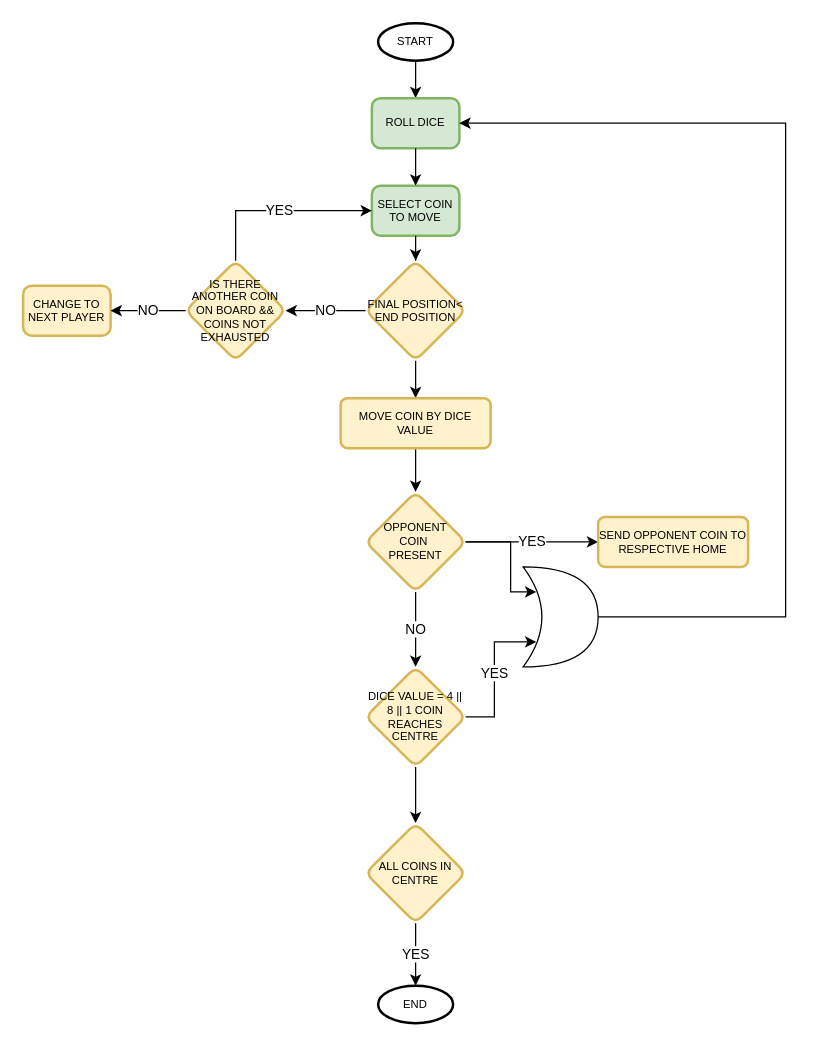
Above: Chowka Bara Simplified Gameplay.drawio in arvindpandit27/learnCPP (draw.io), before the change. Source tidied: cells renumbered, new cells numbered last; positions are measured from the earlier drawing's top-left corner, leaving out a move shared by most shapes. Both pictures are drawn from the tidied source at 125%, with x=0, y=0 at pixel (22, 22).
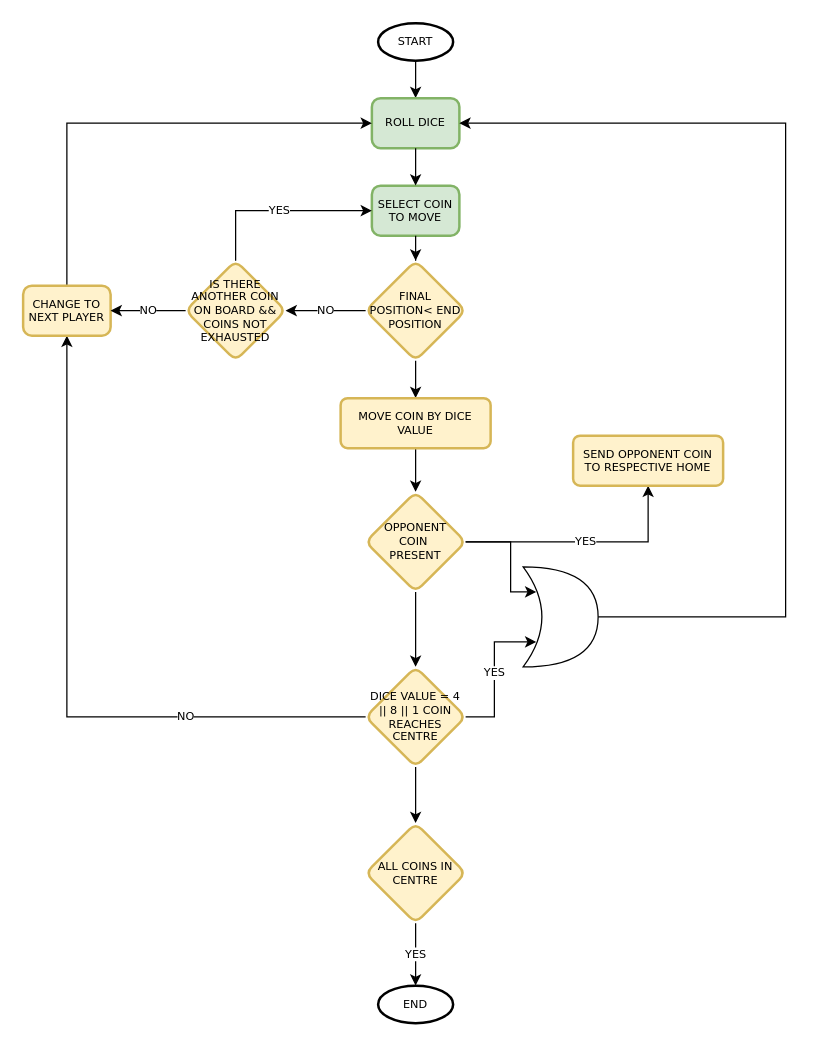
Above is the later version.

Diff of the diagram source:
```diff
@@
-    <mxCell id="2" style="edgeStyle=orthogonalEdgeStyle;rounded=0;jettySize=auto;html=1;fontSize=9;" parent="1" edge="1" source="3" target="6">
+    <mxCell id="2" style="edgeStyle=orthogonalEdgeStyle;rounded=0;jettySize=auto;html=1;fontSize=9;fontFamily=Verdana;" parent="1" edge="1" source="3" target="6">
       <mxGeometry relative="1" as="geometry" />
     </mxCell>
-    <mxCell id="3" value="START" style="strokeWidth=2;html=1;shape=mxgraph.flowchart.start_1;whiteSpace=wrap;fontSize=9;" parent="1" vertex="1">
+    <mxCell id="3" value="START" style="strokeWidth=2;html=1;shape=mxgraph.flowchart.start_1;whiteSpace=wrap;fontSize=9;fontFamily=Verdana;" parent="1" vertex="1">
       <mxGeometry x="284" width="60" height="30" as="geometry" />
     </mxCell>
-    <mxCell id="4" value="END" style="strokeWidth=2;html=1;shape=mxgraph.flowchart.start_1;whiteSpace=wrap;fontSize=9;" parent="1" vertex="1">
+    <mxCell id="4" value="END" style="strokeWidth=2;html=1;shape=mxgraph.flowchart.start_1;whiteSpace=wrap;fontSize=9;fontFamily=Verdana;" parent="1" vertex="1">
       <mxGeometry x="284" y="770" width="60" height="30" as="geometry" />
     </mxCell>
-    <mxCell id="5" style="edgeStyle=orthogonalEdgeStyle;rounded=0;jettySize=auto;html=1;entryX=0.5;entryY=0;entryDx=0;entryDy=0;" parent="1" edge="1" source="16" target="12">
+    <mxCell id="5" style="edgeStyle=orthogonalEdgeStyle;rounded=0;jettySize=auto;html=1;entryX=0.5;entryY=0;entryDx=0;entryDy=0;fontSize=9;fontFamily=Verdana;" parent="1" edge="1" source="16" target="12">
       <mxGeometry relative="1" as="geometry" />
     </mxCell>
-    <mxCell id="6" value="ROLL DICE" style="rounded=1;whiteSpace=wrap;html=1;absoluteArcSize=1;arcSize=14;strokeWidth=2;fillColor=#d5e8d4;strokeColor=#82b366;fontSize=9;" parent="1" vertex="1">
+    <mxCell id="6" value="ROLL DICE" style="rounded=1;whiteSpace=wrap;html=1;absoluteArcSize=1;arcSize=14;strokeWidth=2;fillColor=#d5e8d4;strokeColor=#82b366;fontSize=9;fontFamily=Verdana;" parent="1" vertex="1">
       <mxGeometry x="279" y="60" width="70" height="40" as="geometry" />
     </mxCell>
-    <mxCell id="7" value="YES" style="edgeStyle=orthogonalEdgeStyle;rounded=0;jettySize=auto;html=1;entryX=0.175;entryY=0.75;entryDx=0;entryDy=0;entryPerimeter=0;" parent="1" edge="1" source="9" target="29">
+    <mxCell id="7" value="YES" style="edgeStyle=orthogonalEdgeStyle;rounded=0;jettySize=auto;html=1;entryX=0.175;entryY=0.75;entryDx=0;entryDy=0;entryPerimeter=0;fontSize=9;fontFamily=Verdana;" parent="1" edge="1" source="9" target="29">
       <mxGeometry relative="1" as="geometry" />
     </mxCell>
-    <mxCell id="8" style="edgeStyle=orthogonalEdgeStyle;rounded=0;jettySize=auto;html=1;" parent="1" edge="1" source="9" target="23">
+    <mxCell id="8" style="edgeStyle=orthogonalEdgeStyle;rounded=0;jettySize=auto;html=1;fontSize=9;fontFamily=Verdana;" parent="1" edge="1" source="9" target="23">
       <mxGeometry relative="1" as="geometry" />
     </mxCell>
+    <mxCell id="19" value="NO" style="edgeStyle=orthogonalEdgeStyle;rounded=0;jettySize=auto;html=1;entryX=0.5;entryY=1;entryDx=0;entryDy=0;fontFamily=Verdana;fontSize=9;" parent="1" edge="1" source="9" target="10">
+      <mxGeometry x="-0.47" relative="1" as="geometry" />
+    </mxCell>
-    <mxCell id="9" value="DICE VALUE = 4 || 8 || 1 COIN REACHES CENTRE" style="rhombus;whiteSpace=wrap;html=1;rounded=1;strokeWidth=2;arcSize=14;fillColor=#fff2cc;strokeColor=#d6b656;fontSize=9;" parent="1" vertex="1">
+    <mxCell id="9" value="DICE VALUE = 4 || 8 || 1 COIN REACHES CENTRE" style="rhombus;whiteSpace=wrap;html=1;rounded=1;strokeWidth=2;arcSize=14;fillColor=#fff2cc;strokeColor=#d6b656;fontSize=9;fontFamily=Verdana;" parent="1" vertex="1">
       <mxGeometry x="274" y="515" width="80" height="80" as="geometry" />
     </mxCell>
+    <mxCell id="30" style="edgeStyle=orthogonalEdgeStyle;rounded=0;jettySize=auto;html=1;entryX=0;entryY=0.5;entryDx=0;entryDy=0;fontFamily=Verdana;fontSize=9;" parent="1" edge="1" source="10" target="6">
+      <mxGeometry relative="1" as="geometry">
+        <Array as="points">
+          <mxPoint x="35" y="80" />
+        </Array>
+      </mxGeometry>
+    </mxCell>
-    <mxCell id="10" value="CHANGE TO NEXT PLAYER" style="rounded=1;whiteSpace=wrap;html=1;absoluteArcSize=1;arcSize=14;strokeWidth=2;fillColor=#fff2cc;strokeColor=#d6b656;fontSize=9;" parent="1" vertex="1">
+    <mxCell id="10" value="CHANGE TO NEXT PLAYER" style="rounded=1;whiteSpace=wrap;html=1;absoluteArcSize=1;arcSize=14;strokeWidth=2;fillColor=#fff2cc;strokeColor=#d6b656;fontSize=9;fontFamily=Verdana;" parent="1" vertex="1">
       <mxGeometry y="210" width="70" height="40" as="geometry" />
     </mxCell>
-    <mxCell id="11" style="edgeStyle=orthogonalEdgeStyle;rounded=0;jettySize=auto;html=1;" parent="1" edge="1" source="12" target="21">
+    <mxCell id="11" style="edgeStyle=orthogonalEdgeStyle;rounded=0;jettySize=auto;html=1;fontSize=9;fontFamily=Verdana;" parent="1" edge="1" source="12" target="21">
       <mxGeometry relative="1" as="geometry" />
     </mxCell>
-    <mxCell id="12" value="MOVE COIN BY DICE VALUE" style="whiteSpace=wrap;html=1;rounded=1;fontSize=9;strokeColor=#d6b656;strokeWidth=2;fillColor=#fff2cc;arcSize=14;" parent="1" vertex="1">
+    <mxCell id="12" value="MOVE COIN BY DICE VALUE" style="whiteSpace=wrap;html=1;rounded=1;fontSize=9;strokeColor=#d6b656;strokeWidth=2;fillColor=#fff2cc;arcSize=14;fontFamily=Verdana;" parent="1" vertex="1">
       <mxGeometry x="254" y="300" width="120" height="40" as="geometry" />
     </mxCell>
-    <mxCell id="13" value="SELECT COIN TO MOVE" style="rounded=1;whiteSpace=wrap;html=1;absoluteArcSize=1;arcSize=14;strokeWidth=2;fillColor=#d5e8d4;strokeColor=#82b366;fontSize=9;" parent="1" vertex="1">
+    <mxCell id="13" value="SELECT COIN TO MOVE" style="rounded=1;whiteSpace=wrap;html=1;absoluteArcSize=1;arcSize=14;strokeWidth=2;fillColor=#d5e8d4;strokeColor=#82b366;fontSize=9;fontFamily=Verdana;" parent="1" vertex="1">
       <mxGeometry x="279" y="130" width="70" height="40" as="geometry" />
     </mxCell>
-    <mxCell id="14" style="edgeStyle=orthogonalEdgeStyle;rounded=0;jettySize=auto;html=1;entryX=0.5;entryY=0;entryDx=0;entryDy=0;" parent="1" edge="1" source="6" target="13">
+    <mxCell id="14" style="edgeStyle=orthogonalEdgeStyle;rounded=0;jettySize=auto;html=1;entryX=0.5;entryY=0;entryDx=0;entryDy=0;fontSize=9;fontFamily=Verdana;" parent="1" edge="1" source="6" target="13">
       <mxGeometry relative="1" as="geometry" />
     </mxCell>
-    <mxCell id="15" value="NO" style="edgeStyle=orthogonalEdgeStyle;rounded=0;jettySize=auto;html=1;entryX=1;entryY=0.5;entryDx=0;entryDy=0;" parent="1" edge="1" source="16" target="26">
+    <mxCell id="15" value="NO" style="edgeStyle=orthogonalEdgeStyle;rounded=0;jettySize=auto;html=1;entryX=1;entryY=0.5;entryDx=0;entryDy=0;fontSize=9;fontFamily=Verdana;" parent="1" edge="1" source="16" target="26">
       <mxGeometry relative="1" as="geometry" />
     </mxCell>
-    <mxCell id="16" value="FINAL POSITION&amp;lt; END POSITION" style="rhombus;whiteSpace=wrap;html=1;rounded=1;strokeColor=#d6b656;strokeWidth=2;fillColor=#fff2cc;arcSize=14;fontSize=9;" parent="1" vertex="1">
+    <mxCell id="16" value="FINAL POSITION&amp;lt; END POSITION" style="rhombus;whiteSpace=wrap;html=1;rounded=1;strokeColor=#d6b656;strokeWidth=2;fillColor=#fff2cc;arcSize=14;fontSize=9;fontFamily=Verdana;" parent="1" vertex="1">
       <mxGeometry x="274" y="190" width="80" height="80" as="geometry" />
     </mxCell>
-    <mxCell id="17" style="edgeStyle=orthogonalEdgeStyle;rounded=0;jettySize=auto;html=1;entryX=0.5;entryY=0;entryDx=0;entryDy=0;" parent="1" edge="1" source="13" target="16">
+    <mxCell id="17" style="edgeStyle=orthogonalEdgeStyle;rounded=0;jettySize=auto;html=1;entryX=0.5;entryY=0;entryDx=0;entryDy=0;fontSize=9;fontFamily=Verdana;" parent="1" edge="1" source="13" target="16">
       <mxGeometry relative="1" as="geometry" />
     </mxCell>
-    <mxCell id="18" value="YES" style="edgeStyle=orthogonalEdgeStyle;rounded=0;jettySize=auto;html=1;" parent="1" edge="1" source="21" target="27">
+    <mxCell id="18" value="YES" style="edgeStyle=orthogonalEdgeStyle;rounded=0;jettySize=auto;html=1;fontSize=9;fontFamily=Verdana;" parent="1" edge="1" source="21" target="27">
       <mxGeometry relative="1" as="geometry" />
     </mxCell>
-    <mxCell id="19" value="NO" style="edgeStyle=orthogonalEdgeStyle;rounded=0;jettySize=auto;html=1;" parent="1" edge="1" source="21" target="9">
-      <mxGeometry relative="1" as="geometry" />
-    </mxCell>
-    <mxCell id="20" style="edgeStyle=orthogonalEdgeStyle;rounded=0;jettySize=auto;html=1;entryX=0.175;entryY=0.25;entryDx=0;entryDy=0;entryPerimeter=0;" parent="1" edge="1" source="21" target="29">
+    <mxCell id="20" style="edgeStyle=orthogonalEdgeStyle;rounded=0;jettySize=auto;html=1;entryX=0.175;entryY=0.25;entryDx=0;entryDy=0;entryPerimeter=0;fontSize=9;fontFamily=Verdana;" parent="1" edge="1" source="21" target="29">
       <mxGeometry relative="1" as="geometry">
         <Array as="points">
           <mxPoint x="390" y="415" />
           <mxPoint x="390" y="455" />
         </Array>
       </mxGeometry>
     </mxCell>
+    <mxCell id="31" style="edgeStyle=orthogonalEdgeStyle;rounded=0;jettySize=auto;html=1;fontFamily=Verdana;fontSize=9;" parent="1" edge="1" source="21" target="9">
+      <mxGeometry relative="1" as="geometry" />
+    </mxCell>
-    <mxCell id="21" value="OPPONENT&lt;br&gt;COIN&amp;nbsp;&lt;br&gt;PRESENT" style="rhombus;whiteSpace=wrap;html=1;rounded=1;fontSize=9;strokeColor=#d6b656;strokeWidth=2;fillColor=#fff2cc;arcSize=14;" parent="1" vertex="1">
+    <mxCell id="21" value="OPPONENT&lt;br style=&quot;font-size: 9px;&quot;&gt;COIN&amp;nbsp;&lt;br style=&quot;font-size: 9px;&quot;&gt;PRESENT" style="rhombus;whiteSpace=wrap;html=1;rounded=1;fontSize=9;strokeColor=#d6b656;strokeWidth=2;fillColor=#fff2cc;arcSize=14;fontFamily=Verdana;" parent="1" vertex="1">
       <mxGeometry x="274" y="375" width="80" height="80" as="geometry" />
     </mxCell>
-    <mxCell id="22" value="YES" style="edgeStyle=orthogonalEdgeStyle;rounded=0;jettySize=auto;html=1;entryX=0.5;entryY=0;entryDx=0;entryDy=0;entryPerimeter=0;" parent="1" edge="1" source="23" target="4">
+    <mxCell id="22" value="YES" style="edgeStyle=orthogonalEdgeStyle;rounded=0;jettySize=auto;html=1;entryX=0.5;entryY=0;entryDx=0;entryDy=0;entryPerimeter=0;fontSize=9;fontFamily=Verdana;" parent="1" edge="1" source="23" target="4">
       <mxGeometry relative="1" as="geometry" />
     </mxCell>
-    <mxCell id="23" value="ALL COINS IN CENTRE" style="rhombus;whiteSpace=wrap;html=1;rounded=1;fontSize=9;strokeColor=#d6b656;strokeWidth=2;fillColor=#fff2cc;arcSize=14;" parent="1" vertex="1">
+    <mxCell id="23" value="ALL COINS IN CENTRE" style="rhombus;whiteSpace=wrap;html=1;rounded=1;fontSize=9;strokeColor=#d6b656;strokeWidth=2;fillColor=#fff2cc;arcSize=14;fontFamily=Verdana;" parent="1" vertex="1">
       <mxGeometry x="274" y="640" width="80" height="80" as="geometry" />
     </mxCell>
-    <mxCell id="24" value="YES" style="edgeStyle=orthogonalEdgeStyle;rounded=0;jettySize=auto;html=1;entryX=0;entryY=0.5;entryDx=0;entryDy=0;" parent="1" edge="1" source="26" target="13">
+    <mxCell id="24" value="YES" style="edgeStyle=orthogonalEdgeStyle;rounded=0;jettySize=auto;html=1;entryX=0;entryY=0.5;entryDx=0;entryDy=0;fontSize=9;fontFamily=Verdana;" parent="1" edge="1" source="26" target="13">
       <mxGeometry relative="1" as="geometry">
         <Array as="points">
           <mxPoint x="170" y="150" />
         </Array>
       </mxGeometry>
     </mxCell>
-    <mxCell id="25" value="NO" style="edgeStyle=orthogonalEdgeStyle;rounded=0;jettySize=auto;html=1;entryX=1;entryY=0.5;entryDx=0;entryDy=0;" parent="1" edge="1" source="26" target="10">
+    <mxCell id="25" value="NO" style="edgeStyle=orthogonalEdgeStyle;rounded=0;jettySize=auto;html=1;entryX=1;entryY=0.5;entryDx=0;entryDy=0;fontSize=9;fontFamily=Verdana;" parent="1" edge="1" source="26" target="10">
       <mxGeometry relative="1" as="geometry" />
     </mxCell>
-    <mxCell id="26" value="IS THERE ANOTHER COIN ON BOARD &amp;amp;&amp;amp; COINS NOT EXHAUSTED" style="rhombus;whiteSpace=wrap;html=1;rounded=1;strokeColor=#d6b656;strokeWidth=2;fillColor=#fff2cc;arcSize=14;fontSize=9;" parent="1" vertex="1">
+    <mxCell id="26" value="IS THERE ANOTHER COIN ON BOARD &amp;amp;&amp;amp; COINS NOT EXHAUSTED" style="rhombus;whiteSpace=wrap;html=1;rounded=1;strokeColor=#d6b656;strokeWidth=2;fillColor=#fff2cc;arcSize=14;fontSize=9;fontFamily=Verdana;" parent="1" vertex="1">
       <mxGeometry x="130" y="190" width="80" height="80" as="geometry" />
     </mxCell>
-    <mxCell id="27" value="SEND OPPONENT COIN TO RESPECTIVE HOME" style="whiteSpace=wrap;html=1;rounded=1;fontSize=9;strokeColor=#d6b656;strokeWidth=2;fillColor=#fff2cc;arcSize=14;" parent="1" vertex="1">
-      <mxGeometry x="460" y="395" width="120" height="40" as="geometry" />
+    <mxCell id="27" value="SEND OPPONENT COIN TO RESPECTIVE HOME" style="whiteSpace=wrap;html=1;rounded=1;fontSize=9;strokeColor=#d6b656;strokeWidth=2;fillColor=#fff2cc;arcSize=14;fontFamily=Verdana;" parent="1" vertex="1">
+      <mxGeometry x="440" y="330" width="120" height="40" as="geometry" />
     </mxCell>
-    <mxCell id="28" style="edgeStyle=orthogonalEdgeStyle;rounded=0;jettySize=auto;html=1;entryX=1;entryY=0.5;entryDx=0;entryDy=0;exitX=1;exitY=0.5;exitDx=0;exitDy=0;exitPerimeter=0;" parent="1" edge="1" source="29" target="6">
+    <mxCell id="28" style="edgeStyle=orthogonalEdgeStyle;rounded=0;jettySize=auto;html=1;entryX=1;entryY=0.5;entryDx=0;entryDy=0;exitX=1;exitY=0.5;exitDx=0;exitDy=0;exitPerimeter=0;fontSize=9;fontFamily=Verdana;" parent="1" edge="1" source="29" target="6">
       <mxGeometry relative="1" as="geometry">
         <Array as="points">
           <mxPoint x="610" y="475" />
           <mxPoint x="610" y="80" />
         </Array>
       </mxGeometry>
     </mxCell>
-    <mxCell id="29" style="shape=xor;whiteSpace=wrap;html=1;" parent="1" vertex="1">
+    <mxCell id="29" style="shape=xor;whiteSpace=wrap;html=1;fontSize=9;fontFamily=Verdana;" parent="1" vertex="1">
       <mxGeometry x="400" y="435" width="60" height="80" as="geometry" />
     </mxCell>
```
